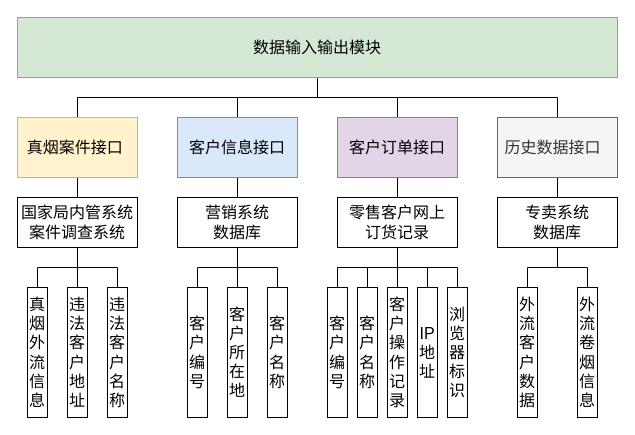
Above: page "Page-2" (2 of 4) of 大户模块和接口.drawio in 1009351456/Anonymous (draw.io), before the change. Source tidied: cells renumbered, new cells numbered last; positions are measured from the earlier drawing's top-left corner, leaving out a move shared by most shapes. Both pictures are drawn from the tidied source at 100%, with x=0, y=0 at pixel (17, 17).
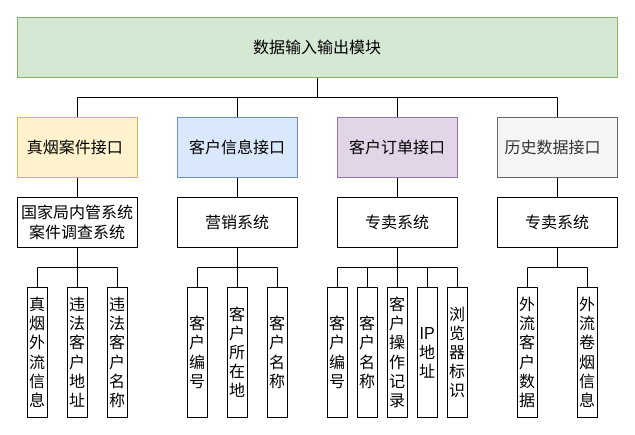
The same diagram, later.

Commit message:
Update 大户模块和接口.drawio

The edit, as a diff of the source:
```diff
@@
-    <mxCell id="26" value="营销系统&lt;br&gt;数据库" style="rounded=0;whiteSpace=wrap;html=1;fillColor=none;fontSize=16;" parent="1" vertex="1">
+    <mxCell id="26" value="营销系统" style="rounded=0;whiteSpace=wrap;html=1;fillColor=none;fontSize=16;" parent="1" vertex="1">
       <mxGeometry x="160" y="180" width="120" height="50" as="geometry" />
     </mxCell>
@@
-    <mxCell id="35" value="零售客户网上&lt;br&gt;订货记录" style="rounded=0;whiteSpace=wrap;html=1;fillColor=none;fontSize=16;" parent="1" vertex="1">
+    <mxCell id="35" value="专卖系统" style="rounded=0;whiteSpace=wrap;html=1;fillColor=none;fontSize=16;" parent="1" vertex="1">
       <mxGeometry x="320" y="180" width="120" height="50" as="geometry" />
     </mxCell>
@@
-    <mxCell id="42" value="专卖系统&lt;br&gt;数据库" style="rounded=0;whiteSpace=wrap;html=1;fillColor=none;fontSize=16;" parent="1" vertex="1">
+    <mxCell id="42" value="专卖系统&lt;br&gt;" style="rounded=0;whiteSpace=wrap;html=1;fillColor=none;fontSize=16;" parent="1" vertex="1">
       <mxGeometry x="480" y="180" width="120" height="50" as="geometry" />
     </mxCell>
```
